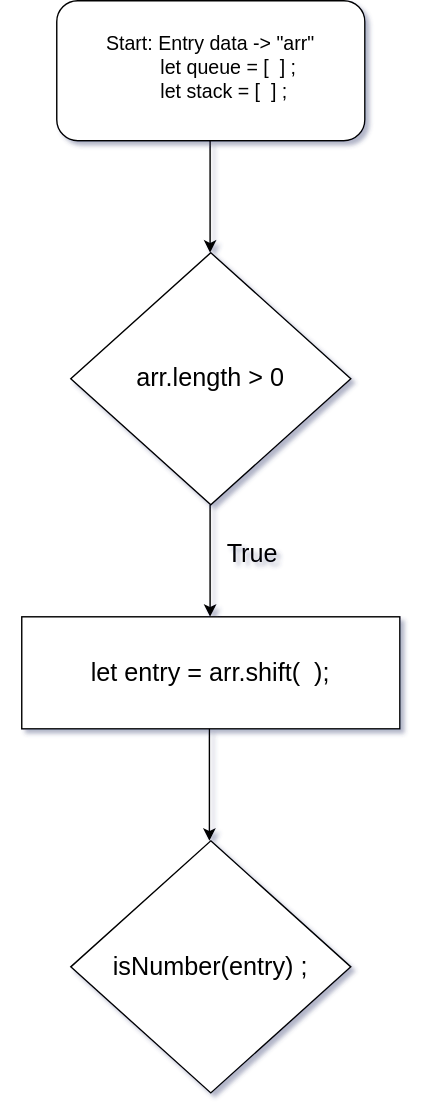
This is Untitled Diagram.drawio.svg from jcgm3205/jcgm3205, a draw.io export, as it was before one commit. Source tidied: cells renumbered, new cells last; positions are measured from the earlier drawing's top-left corner, leaving out a move shared by most shapes.
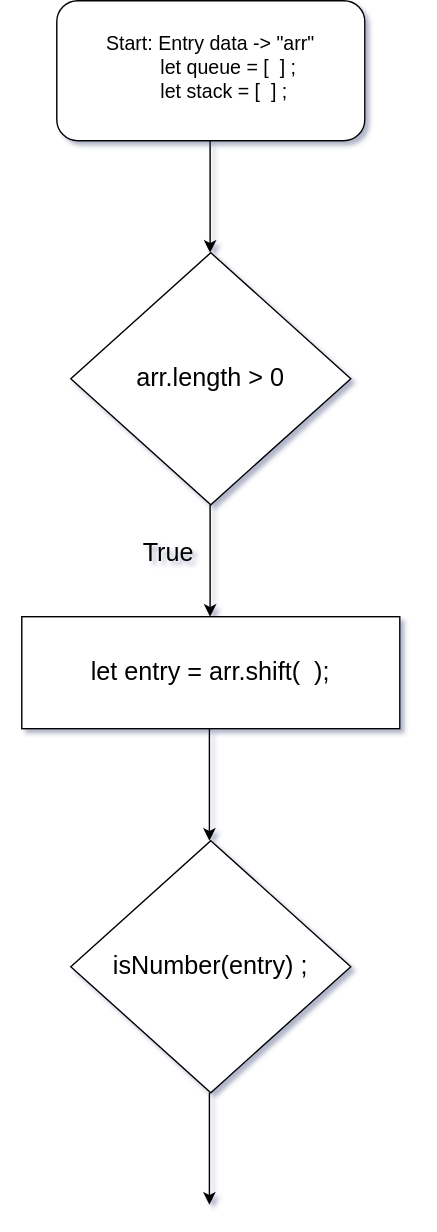
The same diagram one commit later.

Change to the diagram source:
```diff
@@ -27,7 +27,7 @@
       </mxGeometry>
     </mxCell>
     <mxCell id="8" value="True" style="text;html=1;strokeColor=none;fillColor=none;align=center;verticalAlign=middle;whiteSpace=wrap;rounded=0;fontSize=18;" parent="1" vertex="1">
-      <mxGeometry x="150" y="380" width="60" height="30" as="geometry" />
+      <mxGeometry x="90" y="380" width="60" height="30" as="geometry" />
     </mxCell>
     <mxCell id="9" style="rounded=0;whiteSpace=wrap;html=1;fontSize=18;" parent="1" vertex="1">
       <mxGeometry x="15" y="440" width="270" height="80" as="geometry" />
@@ -47,5 +47,11 @@
     <mxCell id="13" value="isNumber(entry) ;" style="text;html=1;strokeColor=none;fillColor=none;align=center;verticalAlign=middle;whiteSpace=wrap;rounded=0;fontSize=18;" parent="1" vertex="1">
       <mxGeometry x="70" y="640" width="160" height="100" as="geometry" />
     </mxCell>
+    <mxCell id="14" style="endArrow=classic;html=1;rounded=0;fontSize=14;" parent="1" edge="1">
+      <mxGeometry relative="1" as="geometry">
+        <mxPoint x="149" y="780" as="sourcePoint" />
+        <mxPoint x="149" y="860" as="targetPoint" />
+      </mxGeometry>
+    </mxCell>
   </root>
 </mxGraphModel>
```
